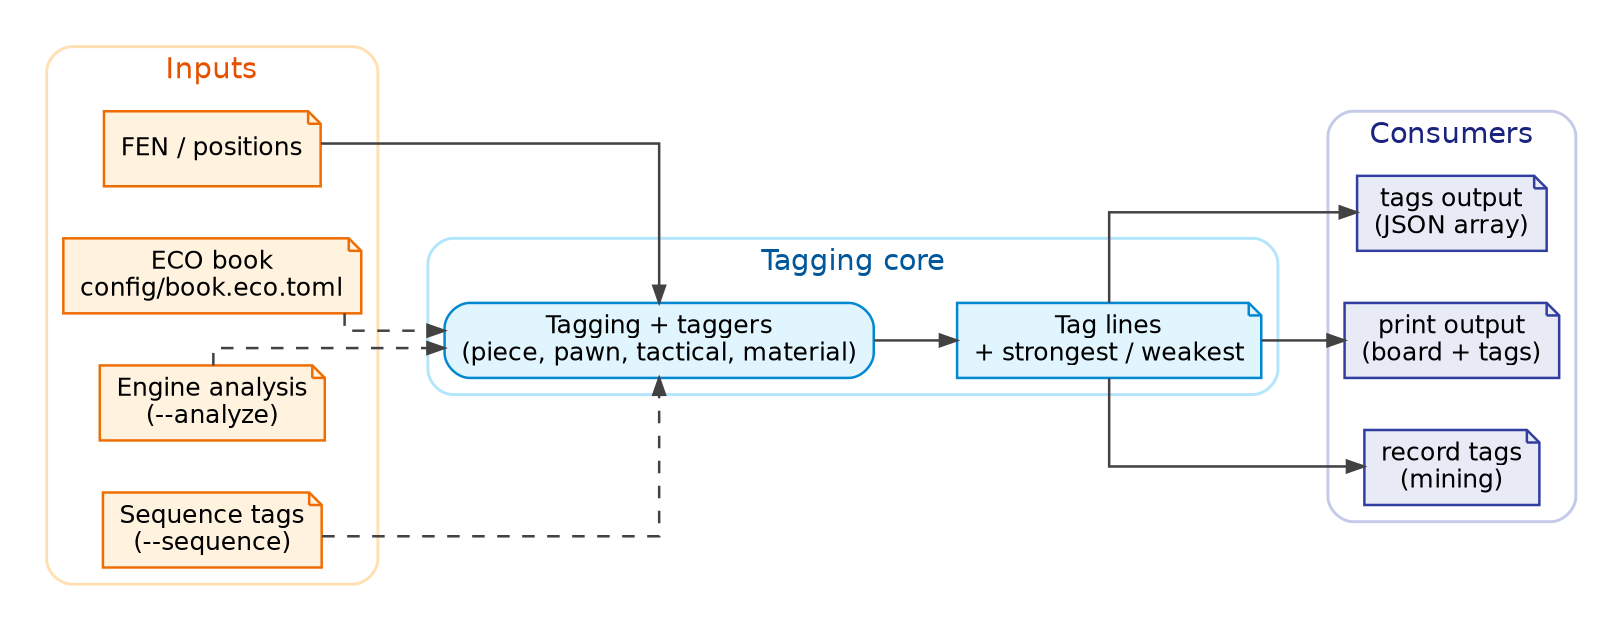
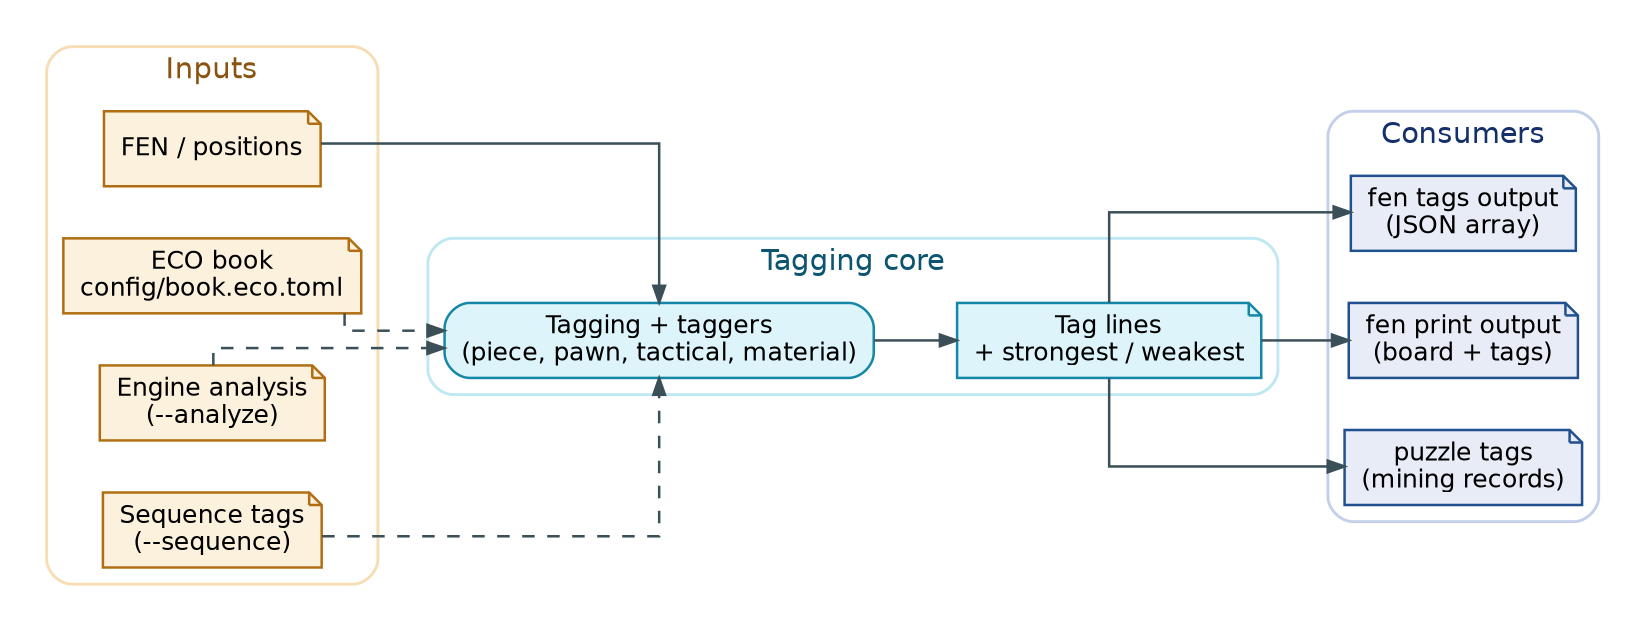
digraph crtk_tagging_flow {
  rankdir=LR;
-   bgcolor="transparent";
+   bgcolor="#ffffff";
  splines=ortho;
  pad="0.20";
  nodesep="0.35";
  ranksep="0.55";

  graph [fontname="Helvetica", fontsize=14];
  node  [fontname="Helvetica", fontsize=12];
-   edge  [fontname="Helvetica", fontsize=10, color="#424242", arrowsize=0.8, penwidth=1.2];
+   edge  [fontname="Helvetica", fontsize=10, color="#3a4f57", arrowsize=0.8, penwidth=1.2];

  subgraph cluster_input {
    label="Inputs";
    style="rounded";
-     color="#FFE0B2";
-     fontcolor="#E65100";
+     color="#f6ddb4";
+     fontcolor="#8a5410";
    penwidth=1.4;

-     node [shape=note, style="filled", fillcolor="#FFF3E0", color="#EF6C00", penwidth=1.2];
+     node [shape=note, style="filled", fillcolor="#fbf1dd", color="#b06d12", penwidth=1.2];
    fen [label="FEN / positions"];
    eco [label="ECO book\nconfig/book.eco.toml"];
    analysis [label="Engine analysis\n(--analyze)"];
    sequence [label="Sequence tags\n(--sequence)"];
  }

  subgraph cluster_tagging {
    label="Tagging core";
    style="rounded";
-     color="#B3E5FC";
-     fontcolor="#01579B";
+     color="#bfe8f3";
+     fontcolor="#0c5570";
    penwidth=1.4;

-     node [shape=box, style="rounded,filled", fillcolor="#E1F5FE", color="#0288D1", penwidth=1.2];
+     node [shape=box, style="rounded,filled", fillcolor="#def4fb", color="#1487a6", penwidth=1.2];
    tagging [label="Tagging + taggers\n(piece, pawn, tactical, material)"];

-     node [shape=note, style="filled", fillcolor="#E1F5FE", color="#0288D1", penwidth=1.2];
+     node [shape=note, style="filled", fillcolor="#def4fb", color="#1487a6", penwidth=1.2];
    tags [label="Tag lines\n+ strongest / weakest"];
  }

  subgraph cluster_outputs {
    label="Consumers";
    style="rounded";
-     color="#C5CAE9";
-     fontcolor="#1A237E";
+     color="#c4d0ea";
+     fontcolor="#14306a";
    penwidth=1.4;

-     node [shape=note, style="filled", fillcolor="#E8EAF6", color="#303F9F", penwidth=1.2];
-     tags_cmd [label="tags output\n(JSON array)"];
-     print_cmd [label="print output\n(board + tags)"];
-     records [label="record tags\n(mining)"];
+     node [shape=note, style="filled", fillcolor="#e7ecf6", color="#21508f", penwidth=1.2];
+     tags_cmd [label="fen tags output\n(JSON array)"];
+     print_cmd [label="fen print output\n(board + tags)"];
+     records [label="puzzle tags\n(mining records)"];
  }

  fen -> tagging;
  eco -> tagging [style=dashed];
  analysis -> tagging [style=dashed];
  sequence -> tagging [style=dashed];
  tagging -> tags;
  tags -> tags_cmd;
  tags -> print_cmd;
  tags -> records;
}
